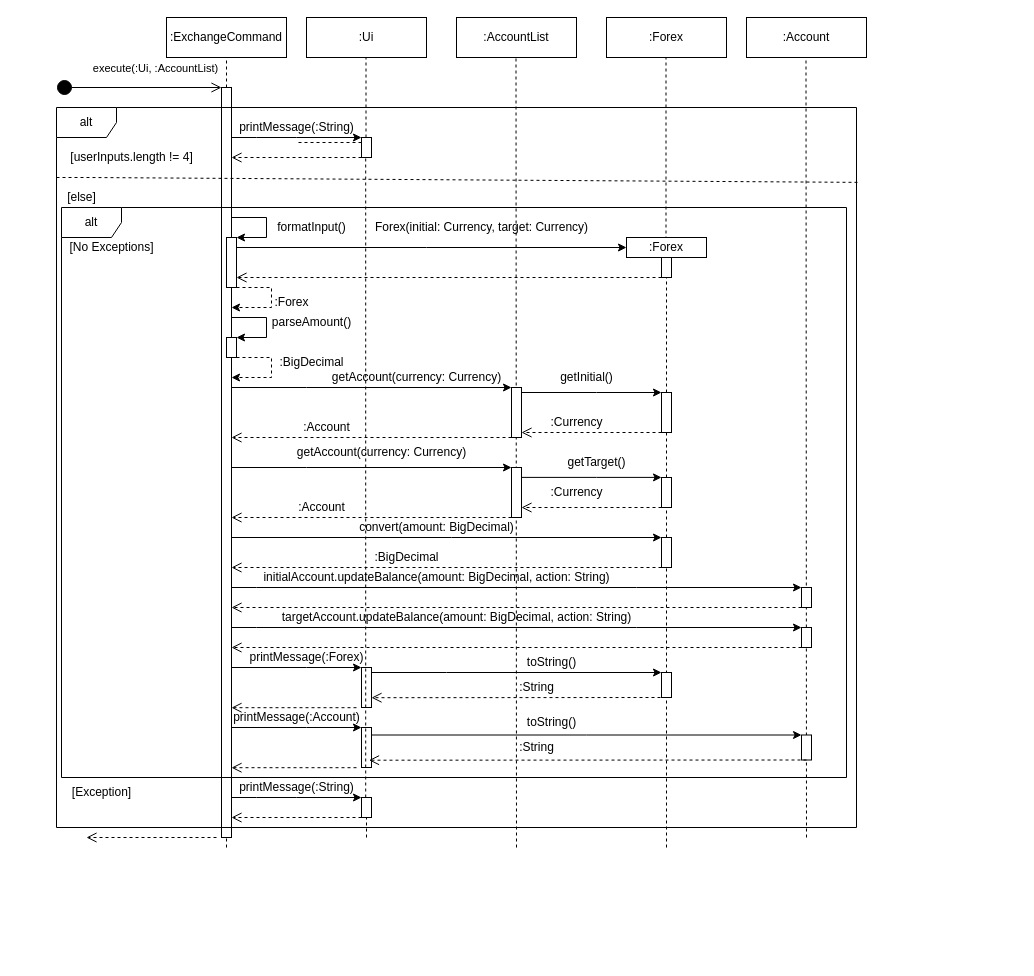
Above: docs/diagrams/ExchangeSeqDiagram.drawio in woowenjun99/tp (draw.io), before the change. Source tidied: cells renumbered, new cells numbered last; positions are measured from the earlier drawing's top-left corner, leaving out a move shared by most shapes. Both pictures are drawn from the tidied source at 100%, with x=0, y=0 at pixel (56, 17).
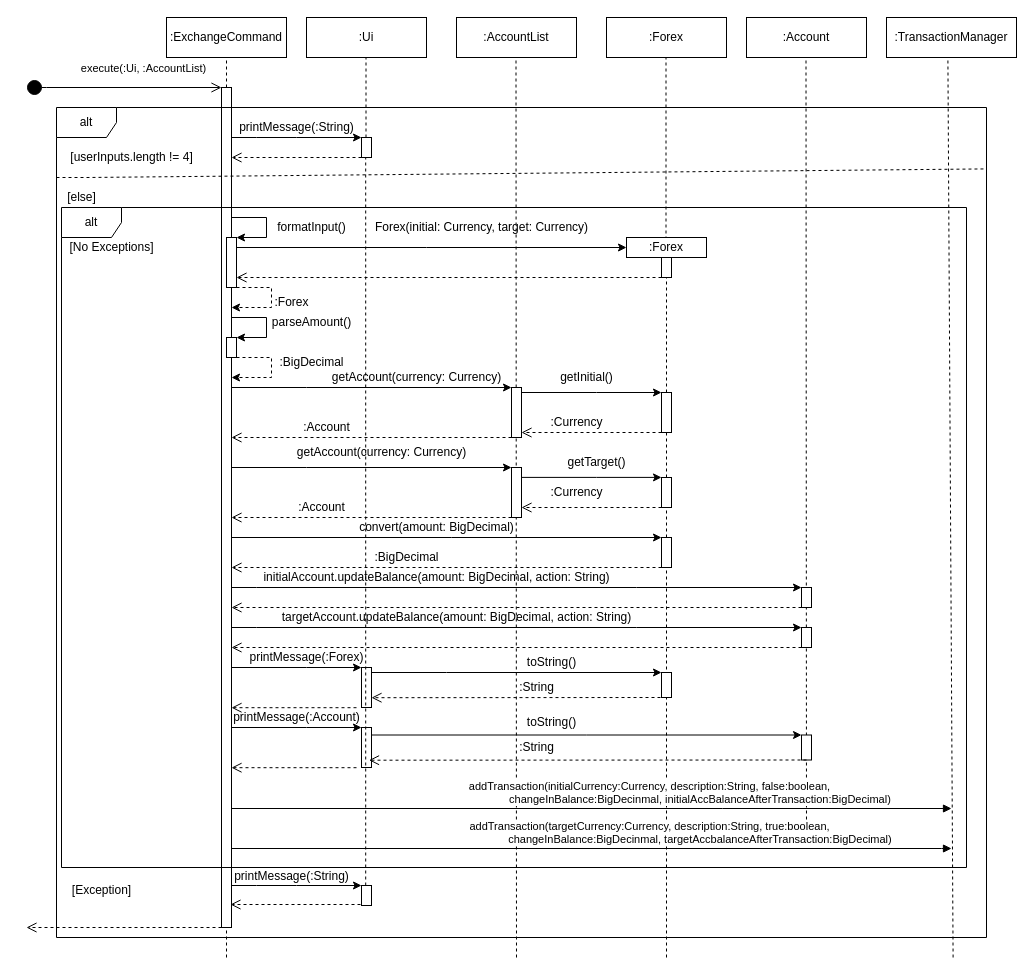
The same diagram, later.

The change refers to these unchanged cells:
```xml
<mxCell id="2" value=":ExchangeCommand" style="rounded=0;whiteSpace=wrap;html=1;" parent="1" vertex="1">
  <mxGeometry x="110" width="120" height="40" as="geometry" />
</mxCell>
<mxCell id="17" style="html=1;points=[];perimeter=orthogonalPerimeter;outlineConnect=0;targetShapes=umlLifeline;portConstraint=eastwest;newEdgeStyle={&quot;edgeStyle&quot;:&quot;elbowEdgeStyle&quot;,&quot;elbow&quot;:&quot;vertical&quot;,&quot;curved&quot;:0,&quot;rounded&quot;:0};" parent="1" vertex="1">
  <mxGeometry x="305" y="120" width="10" height="20" as="geometry" />
</mxCell>
<mxCell id="63" style="html=1;points=[];perimeter=orthogonalPerimeter;outlineConnect=0;targetShapes=umlLifeline;portConstraint=eastwest;newEdgeStyle={&quot;edgeStyle&quot;:&quot;elbowEdgeStyle&quot;,&quot;elbow&quot;:&quot;vertical&quot;,&quot;curved&quot;:0,&quot;rounded&quot;:0};" parent="1" vertex="1">
  <mxGeometry x="605" y="520" width="10" height="30" as="geometry" />
</mxCell>
<mxCell id="101" value="printMessage(:String)" style="text;html=1;align=center;verticalAlign=middle;points=[];strokeColor=none;fillColor=none;" parent="1" vertex="1">
  <mxGeometry x="170" y="95" width="140" height="30" as="geometry" />
</mxCell>
```

The edit, as a diff of the source:
```diff
@@
-<mxGraphModel>
+<mxGraphModel background="#ffffff">
@@
-    <mxCell id="7" style="endArrow=none;dashed=1;html=1;rounded=0;entryX=0.5;entryY=1;entryDx=0;entryDy=0;" parent="1" edge="1" source="14" target="2">
-      <mxGeometry relative="1" as="geometry" />
+    <mxCell id="7" style="endArrow=none;dashed=1;html=1;rounded=0;entryX=0.5;entryY=1;entryDx=0;entryDy=0;" parent="1" edge="1" target="2">
+      <mxGeometry relative="1" as="geometry">
+        <mxPoint x="170" y="940" as="sourcePoint" />
+      </mxGeometry>
     </mxCell>
@@
     <mxCell id="9" style="endArrow=none;dashed=1;html=1;rounded=0;entryX=0.5;entryY=1;entryDx=0;entryDy=0;" parent="1" edge="1">
       <mxGeometry relative="1" as="geometry">
-        <mxPoint x="460" y="830" as="sourcePoint" />
+        <mxPoint x="460" y="940" as="sourcePoint" />
         <mxPoint x="459.5" y="40" as="targetPoint" />
       </mxGeometry>
     </mxCell>
@@
     <mxCell id="12" value="execute(:Ui, :AccountList)" style="html=1;verticalAlign=bottom;startArrow=circle;startFill=1;endArrow=open;startSize=6;endSize=8;edgeStyle=elbowEdgeStyle;elbow=vertical;curved=0;rounded=0;" parent="1" edge="1" target="14">
       <mxGeometry x="0.2" y="10" relative="1" as="geometry">
-        <mxPoint y="70" as="sourcePoint" />
+        <mxPoint x="-30" y="70" as="sourcePoint" />
+        <Array as="points">
+          <mxPoint x="-10" y="70" />
+          <mxPoint x="-30" y="70" />
+        </Array>
       </mxGeometry>
     </mxCell>
-    <mxCell id="13" style="endArrow=none;dashed=1;html=1;rounded=0;entryX=0.5;entryY=1;entryDx=0;entryDy=0;" parent="1" edge="1" target="14">
+    <mxCell id="13" style="endArrow=none;dashed=1;html=1;rounded=0;entryX=0.5;entryY=1;entryDx=0;entryDy=0;" parent="1" edge="1">
       <mxGeometry relative="1" as="geometry">
-        <mxPoint x="170" y="830" as="sourcePoint" />
+        <mxPoint x="170" y="831" as="sourcePoint" />
+        <mxPoint x="170" y="821" as="targetPoint" />
       </mxGeometry>
     </mxCell>
     <mxCell id="14" style="html=1;points=[];perimeter=orthogonalPerimeter;outlineConnect=0;targetShapes=umlLifeline;portConstraint=eastwest;newEdgeStyle={&quot;edgeStyle&quot;:&quot;elbowEdgeStyle&quot;,&quot;elbow&quot;:&quot;vertical&quot;,&quot;curved&quot;:0,&quot;rounded&quot;:0};" parent="1" vertex="1">
-      <mxGeometry x="165" y="70" width="10" height="750" as="geometry" />
+      <mxGeometry x="165" y="70" width="10" height="840" as="geometry" />
     </mxCell>
     <mxCell id="15" value="alt" style="shape=umlFrame;whiteSpace=wrap;html=1;" parent="1" vertex="1">
-      <mxGeometry y="90" width="800" height="720" as="geometry" />
+      <mxGeometry y="90" width="930" height="830" as="geometry" />
     </mxCell>
@@
-    <mxCell id="20" style="endArrow=none;dashed=1;html=1;rounded=0;entryX=1.005;entryY=0.104;entryDx=0;entryDy=0;entryPerimeter=0;" parent="1" edge="1" target="15">
+    <mxCell id="20" style="endArrow=none;dashed=1;html=1;rounded=0;entryX=0.999;entryY=0.074;entryDx=0;entryDy=0;entryPerimeter=0;" parent="1" edge="1" target="15">
       <mxGeometry relative="1" as="geometry">
         <mxPoint y="160" as="sourcePoint" />
         <Array as="points">
           <mxPoint x="30" y="160" />
         </Array>
       </mxGeometry>
     </mxCell>
@@
     <mxCell id="22" value="alt" style="shape=umlFrame;whiteSpace=wrap;html=1;" parent="1" vertex="1">
-      <mxGeometry x="5" y="190" width="785" height="570" as="geometry" />
+      <mxGeometry x="5" y="190" width="905" height="660" as="geometry" />
     </mxCell>
@@
     <mxCell id="62" style="endArrow=none;dashed=1;html=1;rounded=0;entryX=0.5;entryY=1;entryDx=0;entryDy=0;" parent="1" edge="1" target="63">
       <mxGeometry relative="1" as="geometry">
-        <mxPoint x="610" y="830" as="sourcePoint" />
+        <mxPoint x="610" y="940" as="sourcePoint" />
       </mxGeometry>
     </mxCell>
@@
     <mxCell id="94" value="[Exception]" style="text;html=1;align=center;verticalAlign=middle;strokeColor=none;fillColor=none;" parent="1" vertex="1">
-      <mxGeometry x="5" y="760" width="80" height="30" as="geometry" />
+      <mxGeometry x="5" y="858" width="80" height="30" as="geometry" />
     </mxCell>
@@
     <mxCell id="96" style="endArrow=classic;html=1;rounded=0;" parent="1" edge="1">
       <mxGeometry relative="1" as="geometry">
-        <mxPoint x="175" y="780" as="sourcePoint" />
-        <mxPoint x="305" y="780" as="targetPoint" />
+        <mxPoint x="175" y="868" as="sourcePoint" />
+        <mxPoint x="305" y="868" as="targetPoint" />
         <Array as="points">
-          <mxPoint x="200" y="780" />
-          <mxPoint x="240" y="780" />
+          <mxPoint x="200" y="868" />
+          <mxPoint x="240" y="868" />
         </Array>
       </mxGeometry>
     </mxCell>
-    <mxCell id="97" style="endArrow=none;dashed=1;html=1;rounded=0;entryX=0.5;entryY=1;entryDx=0;entryDy=0;" parent="1" edge="1" target="98">
-      <mxGeometry relative="1" as="geometry">
-        <mxPoint x="310" y="820" as="sourcePoint" />
-      </mxGeometry>
-    </mxCell>
     <mxCell id="98" style="html=1;points=[];perimeter=orthogonalPerimeter;outlineConnect=0;targetShapes=umlLifeline;portConstraint=eastwest;newEdgeStyle={&quot;edgeStyle&quot;:&quot;elbowEdgeStyle&quot;,&quot;elbow&quot;:&quot;vertical&quot;,&quot;curved&quot;:0,&quot;rounded&quot;:0};" parent="1" vertex="1">
-      <mxGeometry x="305" y="780" width="10" height="20" as="geometry" />
+      <mxGeometry x="305" y="868" width="10" height="20" as="geometry" />
     </mxCell>
     <mxCell id="99" style="html=1;verticalAlign=bottom;endArrow=open;dashed=1;endSize=8;edgeStyle=elbowEdgeStyle;elbow=vertical;curved=0;rounded=0;" parent="1" edge="1">
       <mxGeometry relative="1" as="geometry">
-        <mxPoint x="305" y="800" as="sourcePoint" />
-        <mxPoint x="175" y="800" as="targetPoint" />
+        <mxPoint x="304" y="887" as="sourcePoint" />
+        <mxPoint x="174" y="887" as="targetPoint" />
         <Array as="points">
-          <mxPoint x="260" y="800" />
-          <mxPoint x="220" y="810" />
+          <mxPoint x="259" y="887" />
+          <mxPoint x="219" y="897" />
         </Array>
       </mxGeometry>
     </mxCell>
-    <mxCell id="100" style="endArrow=none;dashed=1;html=1;rounded=0;entryX=0.5;entryY=1;entryDx=0;entryDy=0;" parent="1" edge="1" source="17" target="101">
-      <mxGeometry relative="1" as="geometry" />
-    </mxCell>
@@
     <mxCell id="102" value="printMessage(:String)" style="text;html=1;align=center;verticalAlign=middle;strokeColor=none;fillColor=none;" parent="1" vertex="1">
-      <mxGeometry x="170" y="755" width="140" height="30" as="geometry" />
+      <mxGeometry x="165" y="844" width="140" height="30" as="geometry" />
     </mxCell>
     <mxCell id="103" style="html=1;verticalAlign=bottom;endArrow=open;dashed=1;endSize=8;edgeStyle=elbowEdgeStyle;elbow=vertical;curved=0;rounded=0;" parent="1" edge="1">
       <mxGeometry relative="1" as="geometry">
-        <mxPoint x="160" y="820" as="sourcePoint" />
-        <mxPoint x="30" y="820" as="targetPoint" />
+        <mxPoint x="165" y="910" as="sourcePoint" />
+        <mxPoint x="-30" y="910" as="targetPoint" />
         <Array as="points">
-          <mxPoint x="115" y="820" />
-          <mxPoint x="75" y="830" />
+          <mxPoint x="120" y="910" />
+          <mxPoint x="80" y="920" />
         </Array>
       </mxGeometry>
     </mxCell>
+    <mxCell id="104" value=":TransactionManager" style="rounded=0;whiteSpace=wrap;html=1;" parent="1" vertex="1">
+      <mxGeometry x="830" width="130" height="40" as="geometry" />
+    </mxCell>
+    <mxCell id="105" style="endArrow=none;dashed=1;html=1;rounded=0;entryX=0.5;entryY=1;entryDx=0;entryDy=0;" parent="1" edge="1">
+      <mxGeometry relative="1" as="geometry">
+        <mxPoint x="896.6" y="940" as="sourcePoint" />
+        <mxPoint x="891.4" y="40" as="targetPoint" />
+      </mxGeometry>
+    </mxCell>
+    <mxCell id="106" value="addTransaction(initialCurrency:Currency, description:String, false:boolean,&lt;br style=&quot;border-color: var(--border-color);&quot;&gt;&amp;nbsp; &amp;nbsp; &amp;nbsp; &amp;nbsp; &amp;nbsp; &amp;nbsp; &amp;nbsp; &amp;nbsp; &amp;nbsp; &amp;nbsp; &amp;nbsp; &amp;nbsp; &amp;nbsp; &amp;nbsp; &amp;nbsp; &amp;nbsp; &amp;nbsp;changeInBalance:BigDecinmal, initialAccBalanceAfterTransaction:BigDecimal)" style="html=1;verticalAlign=bottom;endArrow=block;edgeStyle=elbowEdgeStyle;elbow=vertical;curved=0;rounded=0;" parent="1" edge="1" source="14">
+      <mxGeometry x="0.16" relative="1" as="geometry">
+        <mxPoint x="895" y="791" as="targetPoint" />
+        <Array as="points">
+          <mxPoint x="666" y="791" />
+        </Array>
+      </mxGeometry>
+    </mxCell>
+    <mxCell id="107" value="addTransaction(targetCurrency:Currency, description:String, true:boolean,&lt;br style=&quot;border-color: var(--border-color);&quot;&gt;&amp;nbsp; &amp;nbsp; &amp;nbsp; &amp;nbsp; &amp;nbsp; &amp;nbsp; &amp;nbsp; &amp;nbsp; &amp;nbsp; &amp;nbsp; &amp;nbsp; &amp;nbsp; &amp;nbsp; &amp;nbsp; &amp;nbsp; &amp;nbsp; &amp;nbsp;changeInBalance:BigDecinmal, targetAccbalanceAfterTransaction:BigDecimal)" style="html=1;verticalAlign=bottom;endArrow=block;edgeStyle=elbowEdgeStyle;elbow=vertical;curved=0;rounded=0;" parent="1" edge="1" source="14">
+      <mxGeometry x="0.16" relative="1" as="geometry">
+        <mxPoint x="895" y="831" as="targetPoint" />
+        <Array as="points">
+          <mxPoint x="885" y="831" />
+        </Array>
+      </mxGeometry>
+    </mxCell>
```
